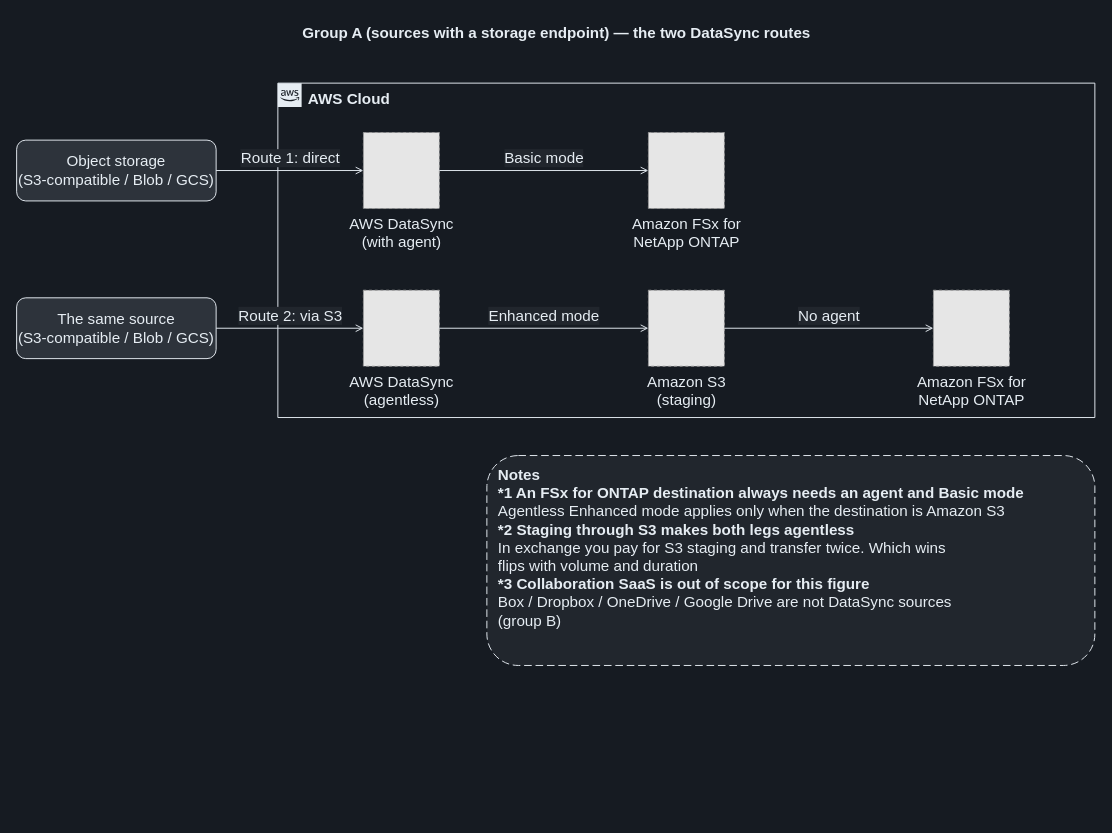
Yoshiki0705/FSx-for-ONTAP-S3AccessPoints-Serverless-Patterns keeps this draw.io diagram as docs/diagrams/dark/saas-migration-group-a-routes-en.drawio. Above is the earlier version. Source tidied: cells renumbered, new cells numbered last; positions are measured from the earlier drawing's top-left corner, leaving out a move shared by most shapes. Both pictures are drawn from the tidied source at 95%, with x=0, y=0 at pixel (16, 16). Pictures stored in the file or linked from it are replaced by grey dashed boxes.
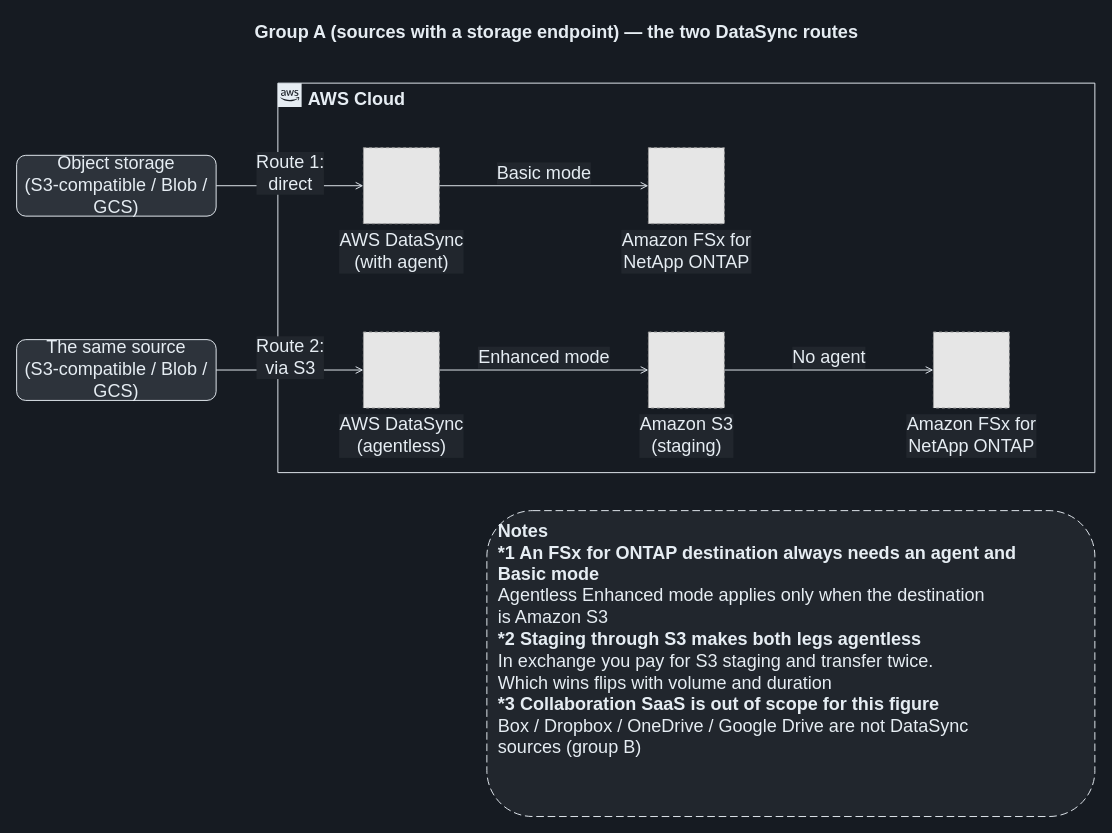
The same diagram, later.

Change to the diagram source:
```diff
@@
-    <mxCell id="2" value="Group A (sources with a storage endpoint) — the two DataSync routes" style="text;html=1;align=center;verticalAlign=middle;fontSize=16;fontStyle=1;fontColor=#E6EDF3;" parent="1" vertex="1">
+    <mxCell id="2" value="Group A (sources with a storage endpoint) — the two DataSync routes" style="text;html=1;align=center;verticalAlign=middle;fontSize=19;fontStyle=1;fontColor=#E6EDF3;" parent="1" vertex="1">
       <mxGeometry width="1135" height="34" as="geometry" />
     </mxCell>
-    <mxCell id="3" value="AWS Cloud" style="gradientColor=none;html=1;whiteSpace=wrap;fontSize=16;fontStyle=1;shape=mxgraph.aws4.group;grIcon=mxgraph.aws4.group_aws_cloud_alt;strokeColor=#E6EDF3;fillColor=none;verticalAlign=top;align=left;spacingLeft=30;fontColor=#E6EDF3;dashed=0;" parent="1" vertex="1">
-      <mxGeometry x="275" y="70" width="860" height="352" as="geometry" />
+    <mxCell id="3" value="AWS Cloud" style="gradientColor=none;html=1;whiteSpace=wrap;fontSize=19;fontStyle=1;shape=mxgraph.aws4.group;grIcon=mxgraph.aws4.group_aws_cloud_alt;strokeColor=#E6EDF3;fillColor=none;verticalAlign=top;align=left;spacingLeft=30;fontColor=#E6EDF3;dashed=0;" parent="1" vertex="1">
+      <mxGeometry x="275" y="70" width="860" height="410" as="geometry" />
     </mxCell>
+    <mxCell id="11" value="Route 1:&lt;br&gt;direct" style="edgeStyle=orthogonalEdgeStyle;rounded=0;jettySize=auto;html=1;endArrow=open;endFill=0;strokeColor=#E6EDF3;strokeWidth=1;fontSize=19;fontColor=#E6EDF3;labelBackgroundColor=#21262D;" parent="1" edge="1" source="4" target="5">
+      <mxGeometry relative="1" as="geometry">
+        <mxPoint y="-13" as="offset" />
+      </mxGeometry>
+    </mxCell>
+    <mxCell id="12" value="Basic mode" style="edgeStyle=orthogonalEdgeStyle;rounded=0;jettySize=auto;html=1;endArrow=open;endFill=0;strokeColor=#E6EDF3;strokeWidth=1;fontSize=19;fontColor=#E6EDF3;labelBackgroundColor=#21262D;" parent="1" edge="1" source="5" target="6">
+      <mxGeometry relative="1" as="geometry">
+        <mxPoint y="-13" as="offset" />
+      </mxGeometry>
+    </mxCell>
+    <mxCell id="13" value="Route 2:&lt;br&gt;via S3" style="edgeStyle=orthogonalEdgeStyle;rounded=0;jettySize=auto;html=1;endArrow=open;endFill=0;strokeColor=#E6EDF3;strokeWidth=1;fontSize=19;fontColor=#E6EDF3;labelBackgroundColor=#21262D;" parent="1" edge="1" source="7" target="8">
+      <mxGeometry relative="1" as="geometry">
+        <mxPoint y="-13" as="offset" />
+      </mxGeometry>
+    </mxCell>
+    <mxCell id="14" value="Enhanced mode" style="edgeStyle=orthogonalEdgeStyle;rounded=0;jettySize=auto;html=1;endArrow=open;endFill=0;strokeColor=#E6EDF3;strokeWidth=1;fontSize=19;fontColor=#E6EDF3;labelBackgroundColor=#21262D;" parent="1" edge="1" source="8" target="9">
+      <mxGeometry relative="1" as="geometry">
+        <mxPoint y="-13" as="offset" />
+      </mxGeometry>
+    </mxCell>
+    <mxCell id="15" value="No agent" style="edgeStyle=orthogonalEdgeStyle;rounded=0;jettySize=auto;html=1;endArrow=open;endFill=0;strokeColor=#E6EDF3;strokeWidth=1;fontSize=19;fontColor=#E6EDF3;labelBackgroundColor=#21262D;" parent="1" edge="1" source="9" target="10">
+      <mxGeometry relative="1" as="geometry">
+        <mxPoint y="-13" as="offset" />
+      </mxGeometry>
+    </mxCell>
-    <mxCell id="4" value="Object storage&lt;br&gt;(S3-compatible / Blob / GCS)" style="rounded=1;whiteSpace=wrap;html=1;dashed=0;strokeColor=#E6EDF3;fillColor=#2D333B;align=center;verticalAlign=middle;fontSize=16;fontColor=#E6EDF3;" parent="1" vertex="1">
-      <mxGeometry y="130" width="210" height="64" as="geometry" />
+    <mxCell id="4" value="Object storage&lt;br&gt;(S3-compatible / Blob / GCS)" style="rounded=1;whiteSpace=wrap;html=1;dashed=0;strokeColor=#E6EDF3;fillColor=#2D333B;align=center;verticalAlign=middle;fontSize=19;fontColor=#E6EDF3;" parent="1" vertex="1">
+      <mxGeometry y="146" width="210" height="64" as="geometry" />
     </mxCell>
-    <mxCell id="5" value="AWS DataSync&lt;br&gt;(with agent)" style="fillColor=#E6E6E6;strokeColor=#999999;dashed=1;html=1;verticalLabelPosition=bottom;verticalAlign=top;labelPosition=center;align=center;fontSize=16;fontColor=#E6EDF3;" parent="1" vertex="1">
-      <mxGeometry x="365" y="122" width="80" height="80" as="geometry" />
+    <mxCell id="5" value="AWS DataSync&lt;br&gt;(with agent)" style="fillColor=#E6E6E6;strokeColor=#999999;dashed=1;html=1;verticalLabelPosition=bottom;verticalAlign=top;labelPosition=center;align=center;fontSize=19;fontColor=#E6EDF3;labelBackgroundColor=#21262D;" parent="1" vertex="1">
+      <mxGeometry x="365" y="138" width="80" height="80" as="geometry" />
     </mxCell>
-    <mxCell id="6" value="Amazon FSx for&lt;br&gt;NetApp ONTAP" style="fillColor=#E6E6E6;strokeColor=#999999;dashed=1;html=1;verticalLabelPosition=bottom;verticalAlign=top;labelPosition=center;align=center;fontSize=16;fontColor=#E6EDF3;" parent="1" vertex="1">
-      <mxGeometry x="665" y="122" width="80" height="80" as="geometry" />
+    <mxCell id="6" value="Amazon FSx for&lt;br&gt;NetApp ONTAP" style="fillColor=#E6E6E6;strokeColor=#999999;dashed=1;html=1;verticalLabelPosition=bottom;verticalAlign=top;labelPosition=center;align=center;fontSize=19;fontColor=#E6EDF3;labelBackgroundColor=#21262D;" parent="1" vertex="1">
+      <mxGeometry x="665" y="138" width="80" height="80" as="geometry" />
     </mxCell>
-    <mxCell id="7" value="The same source&lt;br&gt;(S3-compatible / Blob / GCS)" style="rounded=1;whiteSpace=wrap;html=1;dashed=0;strokeColor=#E6EDF3;fillColor=#2D333B;align=center;verticalAlign=middle;fontSize=16;fontColor=#E6EDF3;" parent="1" vertex="1">
-      <mxGeometry y="296" width="210" height="64" as="geometry" />
+    <mxCell id="7" value="The same source&lt;br&gt;(S3-compatible / Blob / GCS)" style="rounded=1;whiteSpace=wrap;html=1;dashed=0;strokeColor=#E6EDF3;fillColor=#2D333B;align=center;verticalAlign=middle;fontSize=19;fontColor=#E6EDF3;" parent="1" vertex="1">
+      <mxGeometry y="340" width="210" height="64" as="geometry" />
     </mxCell>
-    <mxCell id="8" value="AWS DataSync&lt;br&gt;(agentless)" style="fillColor=#E6E6E6;strokeColor=#999999;dashed=1;html=1;verticalLabelPosition=bottom;verticalAlign=top;labelPosition=center;align=center;fontSize=16;fontColor=#E6EDF3;" parent="1" vertex="1">
-      <mxGeometry x="365" y="288" width="80" height="80" as="geometry" />
+    <mxCell id="8" value="AWS DataSync&lt;br&gt;(agentless)" style="fillColor=#E6E6E6;strokeColor=#999999;dashed=1;html=1;verticalLabelPosition=bottom;verticalAlign=top;labelPosition=center;align=center;fontSize=19;fontColor=#E6EDF3;labelBackgroundColor=#21262D;" parent="1" vertex="1">
+      <mxGeometry x="365" y="332" width="80" height="80" as="geometry" />
     </mxCell>
-    <mxCell id="9" value="Amazon S3&lt;br&gt;(staging)" style="fillColor=#E6E6E6;strokeColor=#999999;dashed=1;html=1;verticalLabelPosition=bottom;verticalAlign=top;labelPosition=center;align=center;fontSize=16;fontColor=#E6EDF3;" parent="1" vertex="1">
-      <mxGeometry x="665" y="288" width="80" height="80" as="geometry" />
+    <mxCell id="9" value="Amazon S3&lt;br&gt;(staging)" style="fillColor=#E6E6E6;strokeColor=#999999;dashed=1;html=1;verticalLabelPosition=bottom;verticalAlign=top;labelPosition=center;align=center;fontSize=19;fontColor=#E6EDF3;labelBackgroundColor=#21262D;" parent="1" vertex="1">
+      <mxGeometry x="665" y="332" width="80" height="80" as="geometry" />
     </mxCell>
-    <mxCell id="10" value="Amazon FSx for&lt;br&gt;NetApp ONTAP" style="fillColor=#E6E6E6;strokeColor=#999999;dashed=1;html=1;verticalLabelPosition=bottom;verticalAlign=top;labelPosition=center;align=center;fontSize=16;fontColor=#E6EDF3;" parent="1" vertex="1">
-      <mxGeometry x="965" y="288" width="80" height="80" as="geometry" />
+    <mxCell id="10" value="Amazon FSx for&lt;br&gt;NetApp ONTAP" style="fillColor=#E6E6E6;strokeColor=#999999;dashed=1;html=1;verticalLabelPosition=bottom;verticalAlign=top;labelPosition=center;align=center;fontSize=19;fontColor=#E6EDF3;labelBackgroundColor=#21262D;" parent="1" vertex="1">
+      <mxGeometry x="965" y="332" width="80" height="80" as="geometry" />
     </mxCell>
-    <mxCell id="11" value="Route 1: direct" style="edgeStyle=orthogonalEdgeStyle;rounded=0;jettySize=auto;html=1;endArrow=open;endFill=0;strokeColor=#E6EDF3;strokeWidth=1;fontSize=16;fontColor=#E6EDF3;labelBackgroundColor=#21262D;" parent="1" edge="1" source="4" target="5">
-      <mxGeometry relative="1" as="geometry">
-        <mxPoint y="-13" as="offset" />
-      </mxGeometry>
-    </mxCell>
-    <mxCell id="12" value="Basic mode" style="edgeStyle=orthogonalEdgeStyle;rounded=0;jettySize=auto;html=1;endArrow=open;endFill=0;strokeColor=#E6EDF3;strokeWidth=1;fontSize=16;fontColor=#E6EDF3;labelBackgroundColor=#21262D;" parent="1" edge="1" source="5" target="6">
-      <mxGeometry relative="1" as="geometry">
-        <mxPoint y="-13" as="offset" />
-      </mxGeometry>
-    </mxCell>
-    <mxCell id="13" value="Route 2: via S3" style="edgeStyle=orthogonalEdgeStyle;rounded=0;jettySize=auto;html=1;endArrow=open;endFill=0;strokeColor=#E6EDF3;strokeWidth=1;fontSize=16;fontColor=#E6EDF3;labelBackgroundColor=#21262D;" parent="1" edge="1" source="7" target="8">
-      <mxGeometry relative="1" as="geometry">
-        <mxPoint y="-13" as="offset" />
-      </mxGeometry>
-    </mxCell>
-    <mxCell id="14" value="Enhanced mode" style="edgeStyle=orthogonalEdgeStyle;rounded=0;jettySize=auto;html=1;endArrow=open;endFill=0;strokeColor=#E6EDF3;strokeWidth=1;fontSize=16;fontColor=#E6EDF3;labelBackgroundColor=#21262D;" parent="1" edge="1" source="8" target="9">
-      <mxGeometry relative="1" as="geometry">
-        <mxPoint y="-13" as="offset" />
-      </mxGeometry>
-    </mxCell>
-    <mxCell id="15" value="No agent" style="edgeStyle=orthogonalEdgeStyle;rounded=0;jettySize=auto;html=1;endArrow=open;endFill=0;strokeColor=#E6EDF3;strokeWidth=1;fontSize=16;fontColor=#E6EDF3;labelBackgroundColor=#21262D;" parent="1" edge="1" source="9" target="10">
-      <mxGeometry relative="1" as="geometry">
-        <mxPoint y="-13" as="offset" />
-      </mxGeometry>
-    </mxCell>
-    <mxCell id="16" value="&lt;b&gt;Notes&lt;/b&gt;&lt;br&gt;&lt;b&gt;*1 An FSx for ONTAP destination always needs an agent and Basic mode&lt;/b&gt;&lt;br&gt;Agentless Enhanced mode applies only when the destination is Amazon S3&lt;br&gt;&lt;b&gt;*2 Staging through S3 makes both legs agentless&lt;/b&gt;&lt;br&gt;In exchange you pay for S3 staging and transfer twice. Which wins&lt;br&gt;flips with volume and duration&lt;br&gt;&lt;b&gt;*3 Collaboration SaaS is out of scope for this figure&lt;/b&gt;&lt;br&gt;Box / Dropbox / OneDrive / Google Drive are not DataSync sources&lt;br&gt;(group B)" style="rounded=1;whiteSpace=wrap;html=1;dashed=1;dashPattern=8 4;strokeColor=#E6EDF3;fillColor=#21262D;align=left;verticalAlign=top;spacingLeft=10;spacingTop=4;fontSize=16;fontColor=#E6EDF3;" parent="1" vertex="1">
-      <mxGeometry x="495" y="462" width="640" height="221" as="geometry" />
+    <mxCell id="16" value="&lt;b&gt;Notes&lt;/b&gt;&lt;br&gt;&lt;b&gt;*1 An FSx for ONTAP destination always needs an agent and&lt;/b&gt;&lt;br&gt;&lt;b&gt;Basic mode&lt;/b&gt;&lt;br&gt;Agentless Enhanced mode applies only when the destination&lt;br&gt;is Amazon S3&lt;br&gt;&lt;b&gt;*2 Staging through S3 makes both legs agentless&lt;/b&gt;&lt;br&gt;In exchange you pay for S3 staging and transfer twice.&lt;br&gt;Which wins flips with volume and duration&lt;br&gt;&lt;b&gt;*3 Collaboration SaaS is out of scope for this figure&lt;/b&gt;&lt;br&gt;Box / Dropbox / OneDrive / Google Drive are not DataSync&lt;br&gt;sources (group B)" style="rounded=1;whiteSpace=wrap;html=1;dashed=1;dashPattern=8 4;strokeColor=#E6EDF3;fillColor=#21262D;align=left;verticalAlign=top;spacingLeft=10;spacingTop=4;fontSize=19;fontColor=#E6EDF3;" parent="1" vertex="1">
+      <mxGeometry x="495" y="520" width="640" height="322" as="geometry" />
     </mxCell>
```
